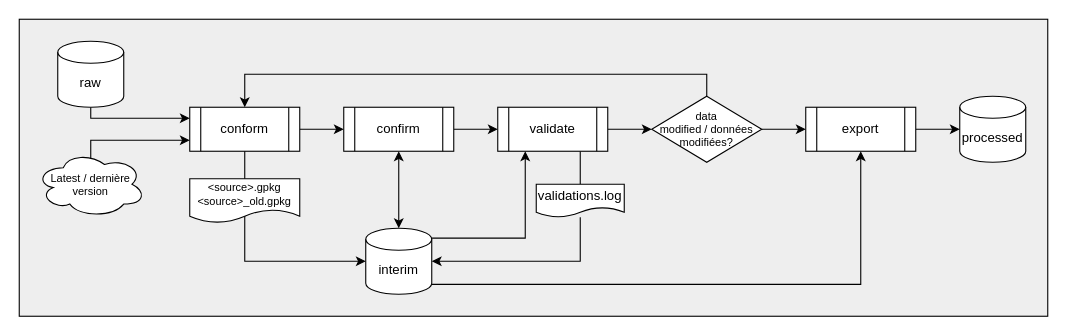
The draw.io diagram docs/source/_static/figures/nrn_process_diagram.drawio in StatCan/nrn-rrn, before the edit. Source tidied: cells renumbered, new cells numbered last; positions are measured from the earlier drawing's top-left corner, leaving out a move shared by most shapes. Both pictures are drawn from the tidied source at 110%, with x=0, y=0 at pixel (19, 19).
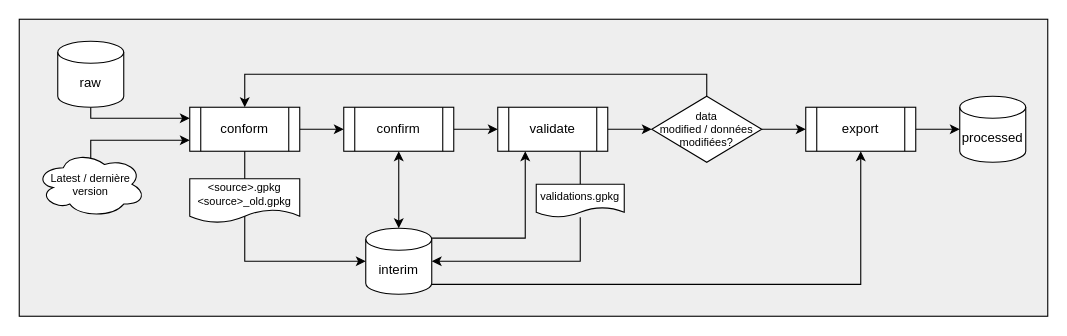
Above is the later version.

What changed in the source:
```diff
@@
-    <mxCell id="19" value="validations.log" style="shape=document;whiteSpace=wrap;html=1;boundedLbl=1;" parent="1" vertex="1">
+    <mxCell id="19" value="validations.gpkg" style="shape=document;whiteSpace=wrap;html=1;boundedLbl=1;fontSize=10;" parent="1" vertex="1">
       <mxGeometry x="470" y="150" width="80" height="30" as="geometry" />
     </mxCell>
```
